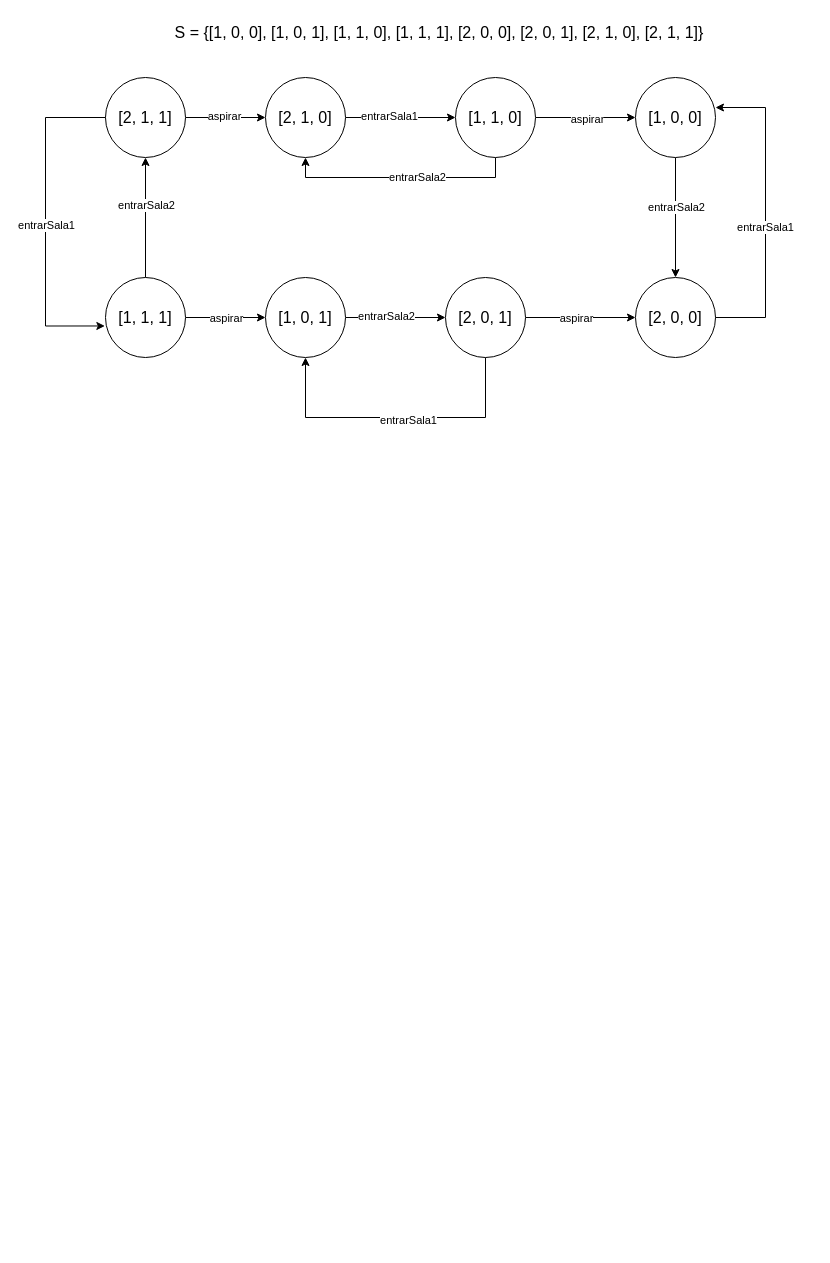
Earlier version of the draw.io diagram Diagrama sem nome.drawio (mateusOliveiraBrito/draw.io_files). Source tidied: cells renumbered, new cells numbered last; positions are measured from the earlier drawing's top-left corner, leaving out a move shared by most shapes. Both pictures are drawn from the tidied source at 100%, with x=0, y=0 at pixel (45, 17).
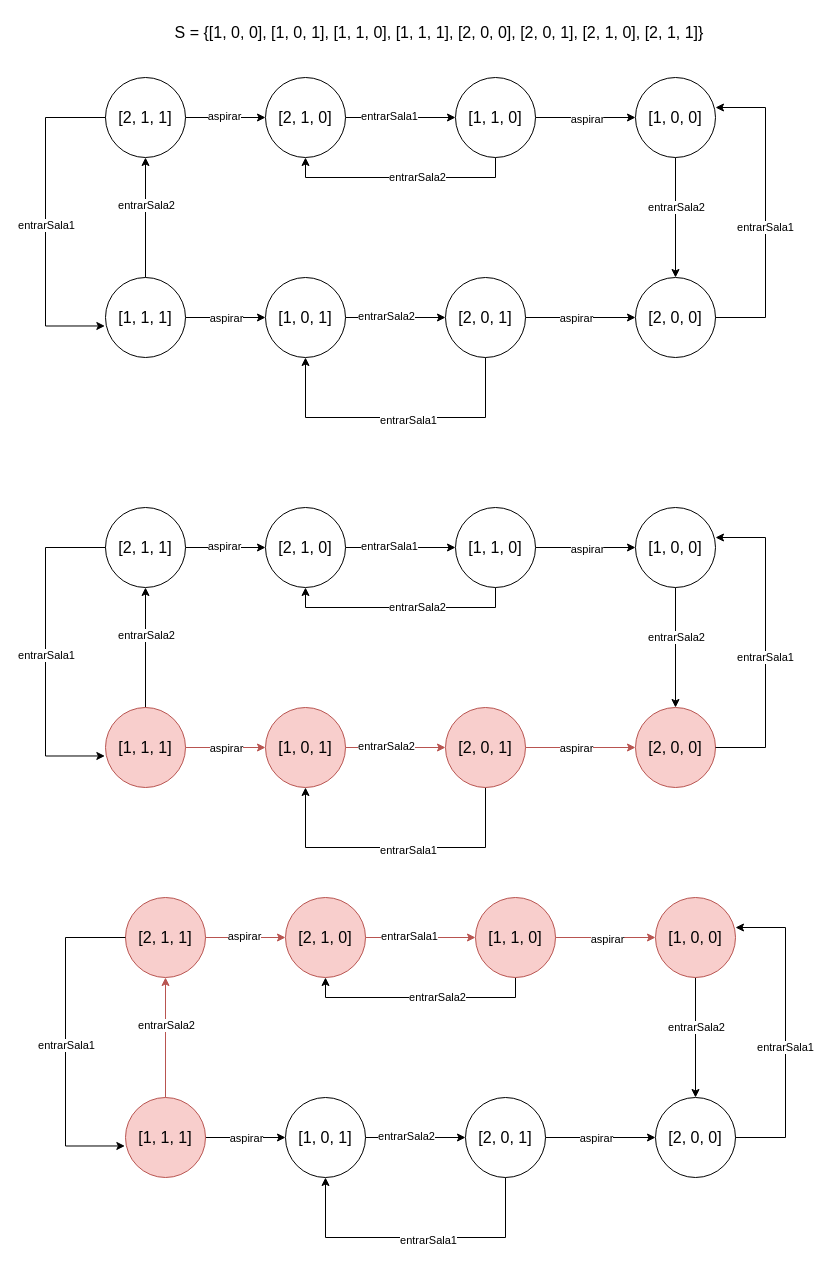
The same diagram, later.

What changed in the source:
```diff
@@
+    <mxCell id="35" style="edgeStyle=orthogonalEdgeStyle;rounded=0;jettySize=auto;html=1;exitX=0.5;exitY=1;exitDx=0;exitDy=0;entryX=0.5;entryY=0;entryDx=0;entryDy=0;" parent="1" edge="1" source="37" target="51">
+      <mxGeometry relative="1" as="geometry" />
+    </mxCell>
+    <mxCell id="36" value="entrarSala2" style="edgeLabel;html=1;align=center;verticalAlign=middle;" parent="35" vertex="1">
+      <mxGeometry x="-0.19" relative="1" as="geometry" />
+    </mxCell>
+    <mxCell id="37" value="&lt;span style=&quot;font-size: 16px;&quot;&gt;[1, 0, 0]&lt;/span&gt;" style="ellipse;whiteSpace=wrap;html=1;" parent="1" vertex="1">
+      <mxGeometry x="590" y="490" width="80" height="80" as="geometry" />
+    </mxCell>
+    <mxCell id="38" style="edgeStyle=orthogonalEdgeStyle;rounded=0;jettySize=auto;html=1;entryX=0;entryY=0.5;entryDx=0;entryDy=0;fillColor=#f8cecc;strokeColor=#b85450;" parent="1" edge="1" source="40" target="59">
+      <mxGeometry relative="1" as="geometry" />
+    </mxCell>
+    <mxCell id="39" value="entrarSala2" style="edgeLabel;html=1;align=center;verticalAlign=middle;" parent="38" vertex="1">
+      <mxGeometry x="-0.21" y="2" relative="1" as="geometry" />
+    </mxCell>
+    <mxCell id="40" value="&lt;span style=&quot;font-size: 16px;&quot;&gt;[1, 0, 1]&lt;/span&gt;" style="ellipse;whiteSpace=wrap;html=1;fillColor=#f8cecc;strokeColor=#b85450;" parent="1" vertex="1">
+      <mxGeometry x="220" y="690" width="80" height="80" as="geometry" />
+    </mxCell>
+    <mxCell id="41" style="edgeStyle=orthogonalEdgeStyle;rounded=0;jettySize=auto;html=1;entryX=0;entryY=0.5;entryDx=0;entryDy=0;" parent="1" edge="1" source="45" target="37">
+      <mxGeometry relative="1" as="geometry" />
+    </mxCell>
+    <mxCell id="42" value="aspirar" style="edgeLabel;html=1;align=center;verticalAlign=middle;" parent="41" vertex="1">
+      <mxGeometry x="0.02" y="-1" relative="1" as="geometry" />
+    </mxCell>
+    <mxCell id="43" style="edgeStyle=orthogonalEdgeStyle;rounded=0;jettySize=auto;html=1;exitX=0.5;exitY=1;exitDx=0;exitDy=0;entryX=0.5;entryY=1;entryDx=0;entryDy=0;" parent="1" edge="1" source="45" target="54">
+      <mxGeometry relative="1" as="geometry" />
+    </mxCell>
+    <mxCell id="44" value="entrarSala2" style="edgeLabel;html=1;align=center;verticalAlign=middle;" parent="43" vertex="1">
+      <mxGeometry x="-0.14" y="-1" relative="1" as="geometry" />
+    </mxCell>
+    <mxCell id="45" value="&lt;span style=&quot;font-size: 16px;&quot;&gt;[1, 1, 0]&lt;/span&gt;" style="ellipse;whiteSpace=wrap;html=1;" parent="1" vertex="1">
+      <mxGeometry x="410" y="490" width="80" height="80" as="geometry" />
+    </mxCell>
+    <mxCell id="46" style="edgeStyle=orthogonalEdgeStyle;rounded=0;jettySize=auto;html=1;entryX=0;entryY=0.5;entryDx=0;entryDy=0;fillColor=#f8cecc;strokeColor=#b85450;" parent="1" edge="1" source="50" target="40">
+      <mxGeometry relative="1" as="geometry" />
+    </mxCell>
+    <mxCell id="47" value="aspirar" style="edgeLabel;html=1;align=center;verticalAlign=middle;" parent="46" vertex="1">
+      <mxGeometry x="0.13" y="-1" relative="1" as="geometry">
+        <mxPoint x="-5" y="-1" as="offset" />
+      </mxGeometry>
+    </mxCell>
+    <mxCell id="48" style="edgeStyle=orthogonalEdgeStyle;rounded=0;jettySize=auto;html=1;entryX=0.5;entryY=1;entryDx=0;entryDy=0;" parent="1" edge="1" source="50" target="62">
+      <mxGeometry relative="1" as="geometry" />
+    </mxCell>
+    <mxCell id="49" value="entrarSala2" style="edgeLabel;html=1;align=center;verticalAlign=middle;" parent="48" vertex="1">
+      <mxGeometry x="0.22" relative="1" as="geometry" />
+    </mxCell>
+    <mxCell id="50" value="&lt;span style=&quot;font-size: 16px;&quot;&gt;[1, 1, 1]&lt;/span&gt;" style="ellipse;whiteSpace=wrap;html=1;fillColor=#f8cecc;strokeColor=#b85450;" parent="1" vertex="1">
+      <mxGeometry x="60" y="690" width="80" height="80" as="geometry" />
+    </mxCell>
+    <mxCell id="51" value="&lt;span style=&quot;font-size: 16px;&quot;&gt;[2, 0, 0]&lt;/span&gt;" style="ellipse;whiteSpace=wrap;html=1;fillColor=#f8cecc;strokeColor=#b85450;" parent="1" vertex="1">
+      <mxGeometry x="590" y="690" width="80" height="80" as="geometry" />
+    </mxCell>
+    <mxCell id="52" style="edgeStyle=orthogonalEdgeStyle;rounded=0;jettySize=auto;html=1;exitX=1;exitY=0.5;exitDx=0;exitDy=0;entryX=0;entryY=0.5;entryDx=0;entryDy=0;" parent="1" edge="1" source="54" target="45">
+      <mxGeometry relative="1" as="geometry" />
+    </mxCell>
+    <mxCell id="53" value="entrarSala1" style="edgeLabel;html=1;align=center;verticalAlign=middle;" parent="52" vertex="1">
+      <mxGeometry x="-0.21" y="2" relative="1" as="geometry" />
+    </mxCell>
+    <mxCell id="54" value="&lt;span style=&quot;font-size: 16px;&quot;&gt;[2, 1, 0]&lt;/span&gt;" style="ellipse;whiteSpace=wrap;html=1;" parent="1" vertex="1">
+      <mxGeometry x="220" y="490" width="80" height="80" as="geometry" />
+    </mxCell>
+    <mxCell id="55" style="edgeStyle=orthogonalEdgeStyle;rounded=0;jettySize=auto;html=1;entryX=0;entryY=0.5;entryDx=0;entryDy=0;fillColor=#f8cecc;strokeColor=#b85450;" parent="1" edge="1" source="59" target="51">
+      <mxGeometry relative="1" as="geometry" />
+    </mxCell>
+    <mxCell id="56" value="aspirar" style="edgeLabel;html=1;align=center;verticalAlign=middle;" parent="55" vertex="1">
+      <mxGeometry x="-0.34" y="-1" relative="1" as="geometry">
+        <mxPoint x="14" y="-1" as="offset" />
+      </mxGeometry>
+    </mxCell>
+    <mxCell id="57" style="edgeStyle=orthogonalEdgeStyle;rounded=0;jettySize=auto;html=1;exitX=0.5;exitY=1;exitDx=0;exitDy=0;entryX=0.5;entryY=1;entryDx=0;entryDy=0;" parent="1" edge="1" source="59" target="40">
+      <mxGeometry relative="1" as="geometry">
+        <Array as="points">
+          <mxPoint x="440" y="830" />
+          <mxPoint x="260" y="830" />
+        </Array>
+      </mxGeometry>
+    </mxCell>
+    <mxCell id="58" value="entrarSala1" style="edgeLabel;html=1;align=center;verticalAlign=middle;" parent="57" vertex="1">
+      <mxGeometry x="-0.08" y="2" relative="1" as="geometry" />
+    </mxCell>
+    <mxCell id="59" value="&lt;span style=&quot;font-size: 16px;&quot;&gt;[2, 0, 1]&lt;/span&gt;" style="ellipse;whiteSpace=wrap;html=1;fillColor=#f8cecc;strokeColor=#b85450;" parent="1" vertex="1">
+      <mxGeometry x="400" y="690" width="80" height="80" as="geometry" />
+    </mxCell>
+    <mxCell id="60" style="edgeStyle=orthogonalEdgeStyle;rounded=0;jettySize=auto;html=1;entryX=0;entryY=0.5;entryDx=0;entryDy=0;" parent="1" edge="1" source="62" target="54">
+      <mxGeometry relative="1" as="geometry" />
+    </mxCell>
+    <mxCell id="61" value="aspirar" style="edgeLabel;html=1;align=center;verticalAlign=middle;" parent="60" vertex="1">
+      <mxGeometry x="-0.06" y="2" relative="1" as="geometry" />
+    </mxCell>
+    <mxCell id="62" value="&lt;span style=&quot;font-size: 16px;&quot;&gt;[2, 1, 1]&lt;/span&gt;" style="ellipse;whiteSpace=wrap;html=1;" parent="1" vertex="1">
+      <mxGeometry x="60" y="490" width="80" height="80" as="geometry" />
+    </mxCell>
+    <mxCell id="63" style="edgeStyle=orthogonalEdgeStyle;rounded=0;jettySize=auto;html=1;entryX=-0.008;entryY=0.606;entryDx=0;entryDy=0;entryPerimeter=0;" parent="1" edge="1" source="62" target="50">
+      <mxGeometry relative="1" as="geometry">
+        <Array as="points">
+          <mxPoint y="530" />
+          <mxPoint y="739" />
+        </Array>
+      </mxGeometry>
+    </mxCell>
+    <mxCell id="64" value="entrarSala1" style="edgeLabel;html=1;align=center;verticalAlign=middle;" parent="63" vertex="1">
+      <mxGeometry x="-0.17" relative="1" as="geometry">
+        <mxPoint y="31" as="offset" />
+      </mxGeometry>
+    </mxCell>
+    <mxCell id="65" style="edgeStyle=orthogonalEdgeStyle;rounded=0;jettySize=auto;html=1;entryX=1;entryY=0.375;entryDx=0;entryDy=0;entryPerimeter=0;" parent="1" edge="1" source="51" target="37">
+      <mxGeometry relative="1" as="geometry">
+        <Array as="points">
+          <mxPoint x="720" y="730" />
+          <mxPoint x="720" y="520" />
+        </Array>
+      </mxGeometry>
+    </mxCell>
+    <mxCell id="66" value="entrarSala1" style="edgeLabel;html=1;align=center;verticalAlign=middle;" parent="65" vertex="1">
+      <mxGeometry x="-0.09" y="1" relative="1" as="geometry" />
+    </mxCell>
+    <mxCell id="67" style="edgeStyle=orthogonalEdgeStyle;rounded=0;jettySize=auto;html=1;exitX=0.5;exitY=1;exitDx=0;exitDy=0;entryX=0.5;entryY=0;entryDx=0;entryDy=0;" parent="1" edge="1" source="69" target="83">
+      <mxGeometry relative="1" as="geometry" />
+    </mxCell>
+    <mxCell id="68" value="entrarSala2" style="edgeLabel;html=1;align=center;verticalAlign=middle;" parent="67" vertex="1">
+      <mxGeometry x="-0.19" relative="1" as="geometry" />
+    </mxCell>
+    <mxCell id="69" value="&lt;span style=&quot;font-size: 16px;&quot;&gt;[1, 0, 0]&lt;/span&gt;" style="ellipse;whiteSpace=wrap;html=1;fillColor=#f8cecc;strokeColor=#b85450;" parent="1" vertex="1">
+      <mxGeometry x="610" y="880" width="80" height="80" as="geometry" />
+    </mxCell>
+    <mxCell id="70" style="edgeStyle=orthogonalEdgeStyle;rounded=0;jettySize=auto;html=1;entryX=0;entryY=0.5;entryDx=0;entryDy=0;" parent="1" edge="1" source="72" target="91">
+      <mxGeometry relative="1" as="geometry" />
+    </mxCell>
+    <mxCell id="71" value="entrarSala2" style="edgeLabel;html=1;align=center;verticalAlign=middle;" parent="70" vertex="1">
+      <mxGeometry x="-0.21" y="2" relative="1" as="geometry" />
+    </mxCell>
+    <mxCell id="72" value="&lt;span style=&quot;font-size: 16px;&quot;&gt;[1, 0, 1]&lt;/span&gt;" style="ellipse;whiteSpace=wrap;html=1;" parent="1" vertex="1">
+      <mxGeometry x="240" y="1080" width="80" height="80" as="geometry" />
+    </mxCell>
+    <mxCell id="73" style="edgeStyle=orthogonalEdgeStyle;rounded=0;jettySize=auto;html=1;entryX=0;entryY=0.5;entryDx=0;entryDy=0;fillColor=#f8cecc;strokeColor=#b85450;" parent="1" edge="1" source="77" target="69">
+      <mxGeometry relative="1" as="geometry" />
+    </mxCell>
+    <mxCell id="74" value="aspirar" style="edgeLabel;html=1;align=center;verticalAlign=middle;" parent="73" vertex="1">
+      <mxGeometry x="0.02" y="-1" relative="1" as="geometry" />
+    </mxCell>
+    <mxCell id="75" style="edgeStyle=orthogonalEdgeStyle;rounded=0;jettySize=auto;html=1;exitX=0.5;exitY=1;exitDx=0;exitDy=0;entryX=0.5;entryY=1;entryDx=0;entryDy=0;" parent="1" edge="1" source="77" target="86">
+      <mxGeometry relative="1" as="geometry" />
+    </mxCell>
+    <mxCell id="76" value="entrarSala2" style="edgeLabel;html=1;align=center;verticalAlign=middle;" parent="75" vertex="1">
+      <mxGeometry x="-0.14" y="-1" relative="1" as="geometry" />
+    </mxCell>
+    <mxCell id="77" value="&lt;span style=&quot;font-size: 16px;&quot;&gt;[1, 1, 0]&lt;/span&gt;" style="ellipse;whiteSpace=wrap;html=1;fillColor=#f8cecc;strokeColor=#b85450;" parent="1" vertex="1">
+      <mxGeometry x="430" y="880" width="80" height="80" as="geometry" />
+    </mxCell>
+    <mxCell id="78" style="edgeStyle=orthogonalEdgeStyle;rounded=0;jettySize=auto;html=1;entryX=0;entryY=0.5;entryDx=0;entryDy=0;" parent="1" edge="1" source="82" target="72">
+      <mxGeometry relative="1" as="geometry" />
+    </mxCell>
+    <mxCell id="79" value="aspirar" style="edgeLabel;html=1;align=center;verticalAlign=middle;" parent="78" vertex="1">
+      <mxGeometry x="0.13" y="-1" relative="1" as="geometry">
+        <mxPoint x="-5" y="-1" as="offset" />
+      </mxGeometry>
+    </mxCell>
+    <mxCell id="80" style="edgeStyle=orthogonalEdgeStyle;rounded=0;jettySize=auto;html=1;entryX=0.5;entryY=1;entryDx=0;entryDy=0;fillColor=#f8cecc;strokeColor=#b85450;" parent="1" edge="1" source="82" target="94">
+      <mxGeometry relative="1" as="geometry" />
+    </mxCell>
+    <mxCell id="81" value="entrarSala2" style="edgeLabel;html=1;align=center;verticalAlign=middle;" parent="80" vertex="1">
+      <mxGeometry x="0.22" relative="1" as="geometry" />
+    </mxCell>
+    <mxCell id="82" value="&lt;span style=&quot;font-size: 16px;&quot;&gt;[1, 1, 1]&lt;/span&gt;" style="ellipse;whiteSpace=wrap;html=1;fillColor=#f8cecc;strokeColor=#b85450;" parent="1" vertex="1">
+      <mxGeometry x="80" y="1080" width="80" height="80" as="geometry" />
+    </mxCell>
+    <mxCell id="83" value="&lt;span style=&quot;font-size: 16px;&quot;&gt;[2, 0, 0]&lt;/span&gt;" style="ellipse;whiteSpace=wrap;html=1;" parent="1" vertex="1">
+      <mxGeometry x="610" y="1080" width="80" height="80" as="geometry" />
+    </mxCell>
+    <mxCell id="84" style="edgeStyle=orthogonalEdgeStyle;rounded=0;jettySize=auto;html=1;exitX=1;exitY=0.5;exitDx=0;exitDy=0;entryX=0;entryY=0.5;entryDx=0;entryDy=0;fillColor=#f8cecc;strokeColor=#b85450;" parent="1" edge="1" source="86" target="77">
+      <mxGeometry relative="1" as="geometry" />
+    </mxCell>
+    <mxCell id="85" value="entrarSala1" style="edgeLabel;html=1;align=center;verticalAlign=middle;" parent="84" vertex="1">
+      <mxGeometry x="-0.21" y="2" relative="1" as="geometry" />
+    </mxCell>
+    <mxCell id="86" value="&lt;span style=&quot;font-size: 16px;&quot;&gt;[2, 1, 0]&lt;/span&gt;" style="ellipse;whiteSpace=wrap;html=1;fillColor=#f8cecc;strokeColor=#b85450;" parent="1" vertex="1">
+      <mxGeometry x="240" y="880" width="80" height="80" as="geometry" />
+    </mxCell>
+    <mxCell id="87" style="edgeStyle=orthogonalEdgeStyle;rounded=0;jettySize=auto;html=1;entryX=0;entryY=0.5;entryDx=0;entryDy=0;" parent="1" edge="1" source="91" target="83">
+      <mxGeometry relative="1" as="geometry" />
+    </mxCell>
+    <mxCell id="88" value="aspirar" style="edgeLabel;html=1;align=center;verticalAlign=middle;" parent="87" vertex="1">
+      <mxGeometry x="-0.34" y="-1" relative="1" as="geometry">
+        <mxPoint x="14" y="-1" as="offset" />
+      </mxGeometry>
+    </mxCell>
+    <mxCell id="89" style="edgeStyle=orthogonalEdgeStyle;rounded=0;jettySize=auto;html=1;exitX=0.5;exitY=1;exitDx=0;exitDy=0;entryX=0.5;entryY=1;entryDx=0;entryDy=0;" parent="1" edge="1" source="91" target="72">
+      <mxGeometry relative="1" as="geometry">
+        <Array as="points">
+          <mxPoint x="460" y="1220" />
+          <mxPoint x="280" y="1220" />
+        </Array>
+      </mxGeometry>
+    </mxCell>
+    <mxCell id="90" value="entrarSala1" style="edgeLabel;html=1;align=center;verticalAlign=middle;" parent="89" vertex="1">
+      <mxGeometry x="-0.08" y="2" relative="1" as="geometry" />
+    </mxCell>
+    <mxCell id="91" value="&lt;span style=&quot;font-size: 16px;&quot;&gt;[2, 0, 1]&lt;/span&gt;" style="ellipse;whiteSpace=wrap;html=1;" parent="1" vertex="1">
+      <mxGeometry x="420" y="1080" width="80" height="80" as="geometry" />
+    </mxCell>
+    <mxCell id="92" style="edgeStyle=orthogonalEdgeStyle;rounded=0;jettySize=auto;html=1;entryX=0;entryY=0.5;entryDx=0;entryDy=0;fillColor=#f8cecc;strokeColor=#b85450;" parent="1" edge="1" source="94" target="86">
+      <mxGeometry relative="1" as="geometry" />
+    </mxCell>
+    <mxCell id="93" value="aspirar" style="edgeLabel;html=1;align=center;verticalAlign=middle;" parent="92" vertex="1">
+      <mxGeometry x="-0.06" y="2" relative="1" as="geometry" />
+    </mxCell>
+    <mxCell id="94" value="&lt;span style=&quot;font-size: 16px;&quot;&gt;[2, 1, 1]&lt;/span&gt;" style="ellipse;whiteSpace=wrap;html=1;fillColor=#f8cecc;strokeColor=#b85450;" parent="1" vertex="1">
+      <mxGeometry x="80" y="880" width="80" height="80" as="geometry" />
+    </mxCell>
+    <mxCell id="95" style="edgeStyle=orthogonalEdgeStyle;rounded=0;jettySize=auto;html=1;entryX=-0.008;entryY=0.606;entryDx=0;entryDy=0;entryPerimeter=0;" parent="1" edge="1" source="94" target="82">
+      <mxGeometry relative="1" as="geometry">
+        <Array as="points">
+          <mxPoint x="20" y="920" />
+          <mxPoint x="20" y="1129" />
+        </Array>
+      </mxGeometry>
+    </mxCell>
+    <mxCell id="96" value="entrarSala1" style="edgeLabel;html=1;align=center;verticalAlign=middle;" parent="95" vertex="1">
+      <mxGeometry x="-0.17" relative="1" as="geometry">
+        <mxPoint y="31" as="offset" />
+      </mxGeometry>
+    </mxCell>
+    <mxCell id="97" style="edgeStyle=orthogonalEdgeStyle;rounded=0;jettySize=auto;html=1;entryX=1;entryY=0.375;entryDx=0;entryDy=0;entryPerimeter=0;" parent="1" edge="1" source="83" target="69">
+      <mxGeometry relative="1" as="geometry">
+        <Array as="points">
+          <mxPoint x="740" y="1120" />
+          <mxPoint x="740" y="910" />
+        </Array>
+      </mxGeometry>
+    </mxCell>
+    <mxCell id="98" value="entrarSala1" style="edgeLabel;html=1;align=center;verticalAlign=middle;" parent="97" vertex="1">
+      <mxGeometry x="-0.09" y="1" relative="1" as="geometry" />
+    </mxCell>
```
